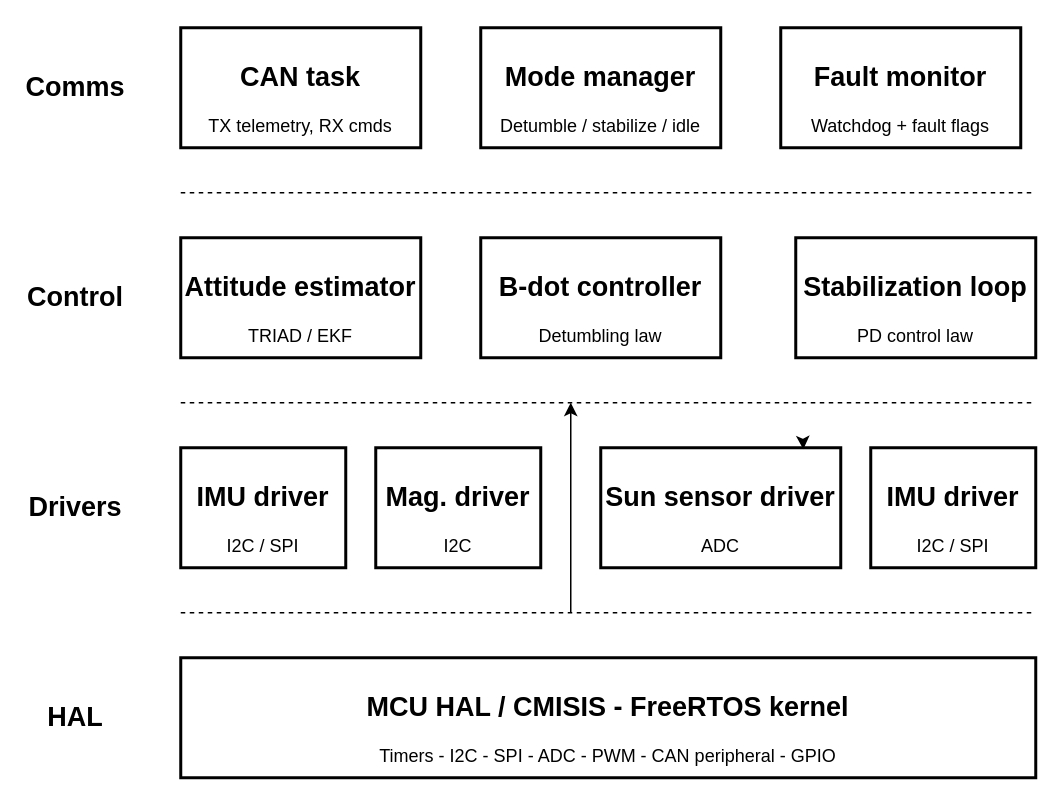
This is page "Software architecture" (2 of 6) of docs/subteams/adcs/ADCS_software_architecture.drawio from QSET-Sat/qset-doc, a draw.io file, before an edit. Source tidied: cells renumbered, new cells numbered last; positions are measured from the earlier drawing's top-left corner, leaving out a move shared by most shapes. Both pictures are drawn from the tidied source at 150%, with x=0, y=0 at pixel (30, 27).
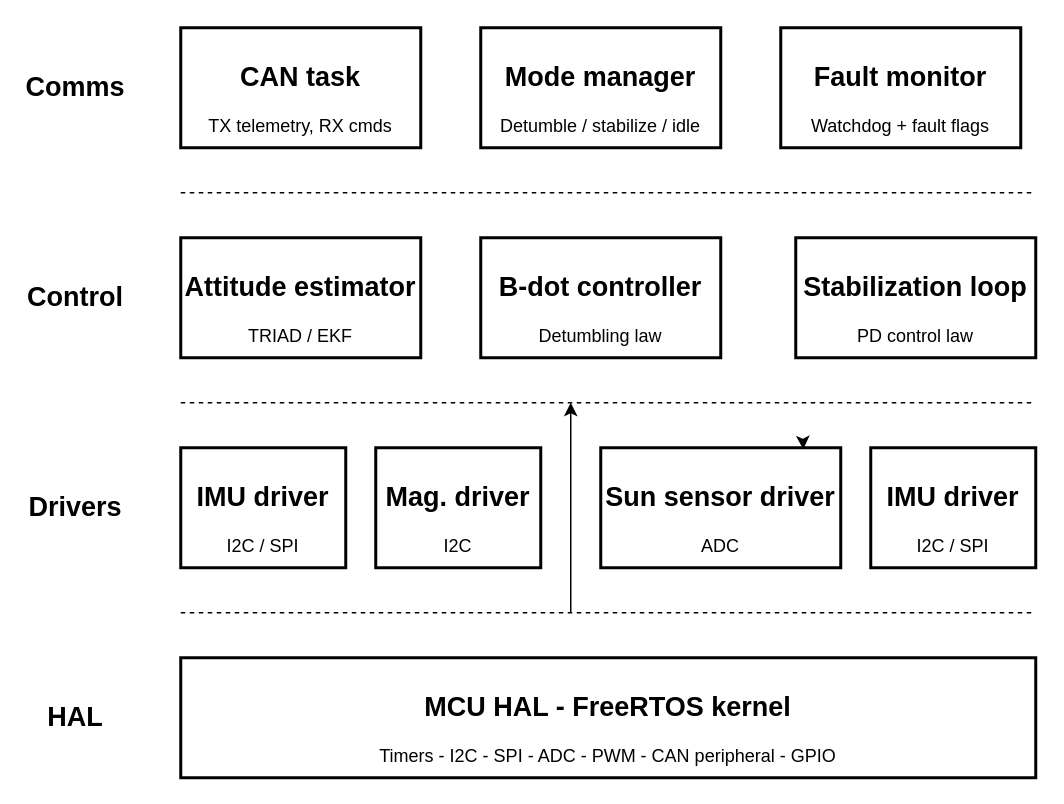
Above is the later version.

Change to the diagram source:
```diff
@@
-    <mxCell id="20" value="&lt;h2&gt;MCU HAL / CMISIS - FreeRTOS kernel&lt;/h2&gt;&lt;div&gt;Timers - I2C - SPI - ADC - PWM - CAN peripheral - GPIO&lt;/div&gt;" style="whiteSpace=wrap;html=1;labelBackgroundColor=none;perimeterSpacing=0;strokeWidth=2;" parent="1" vertex="1">
+    <mxCell id="20" value="&lt;h2&gt;MCU HAL - FreeRTOS kernel&lt;/h2&gt;&lt;div&gt;Timers - I2C - SPI - ADC - PWM - CAN peripheral - GPIO&lt;/div&gt;" style="whiteSpace=wrap;html=1;labelBackgroundColor=none;perimeterSpacing=0;strokeWidth=2;" parent="1" vertex="1">
       <mxGeometry x="100" y="420" width="570" height="80" as="geometry" />
     </mxCell>
```
